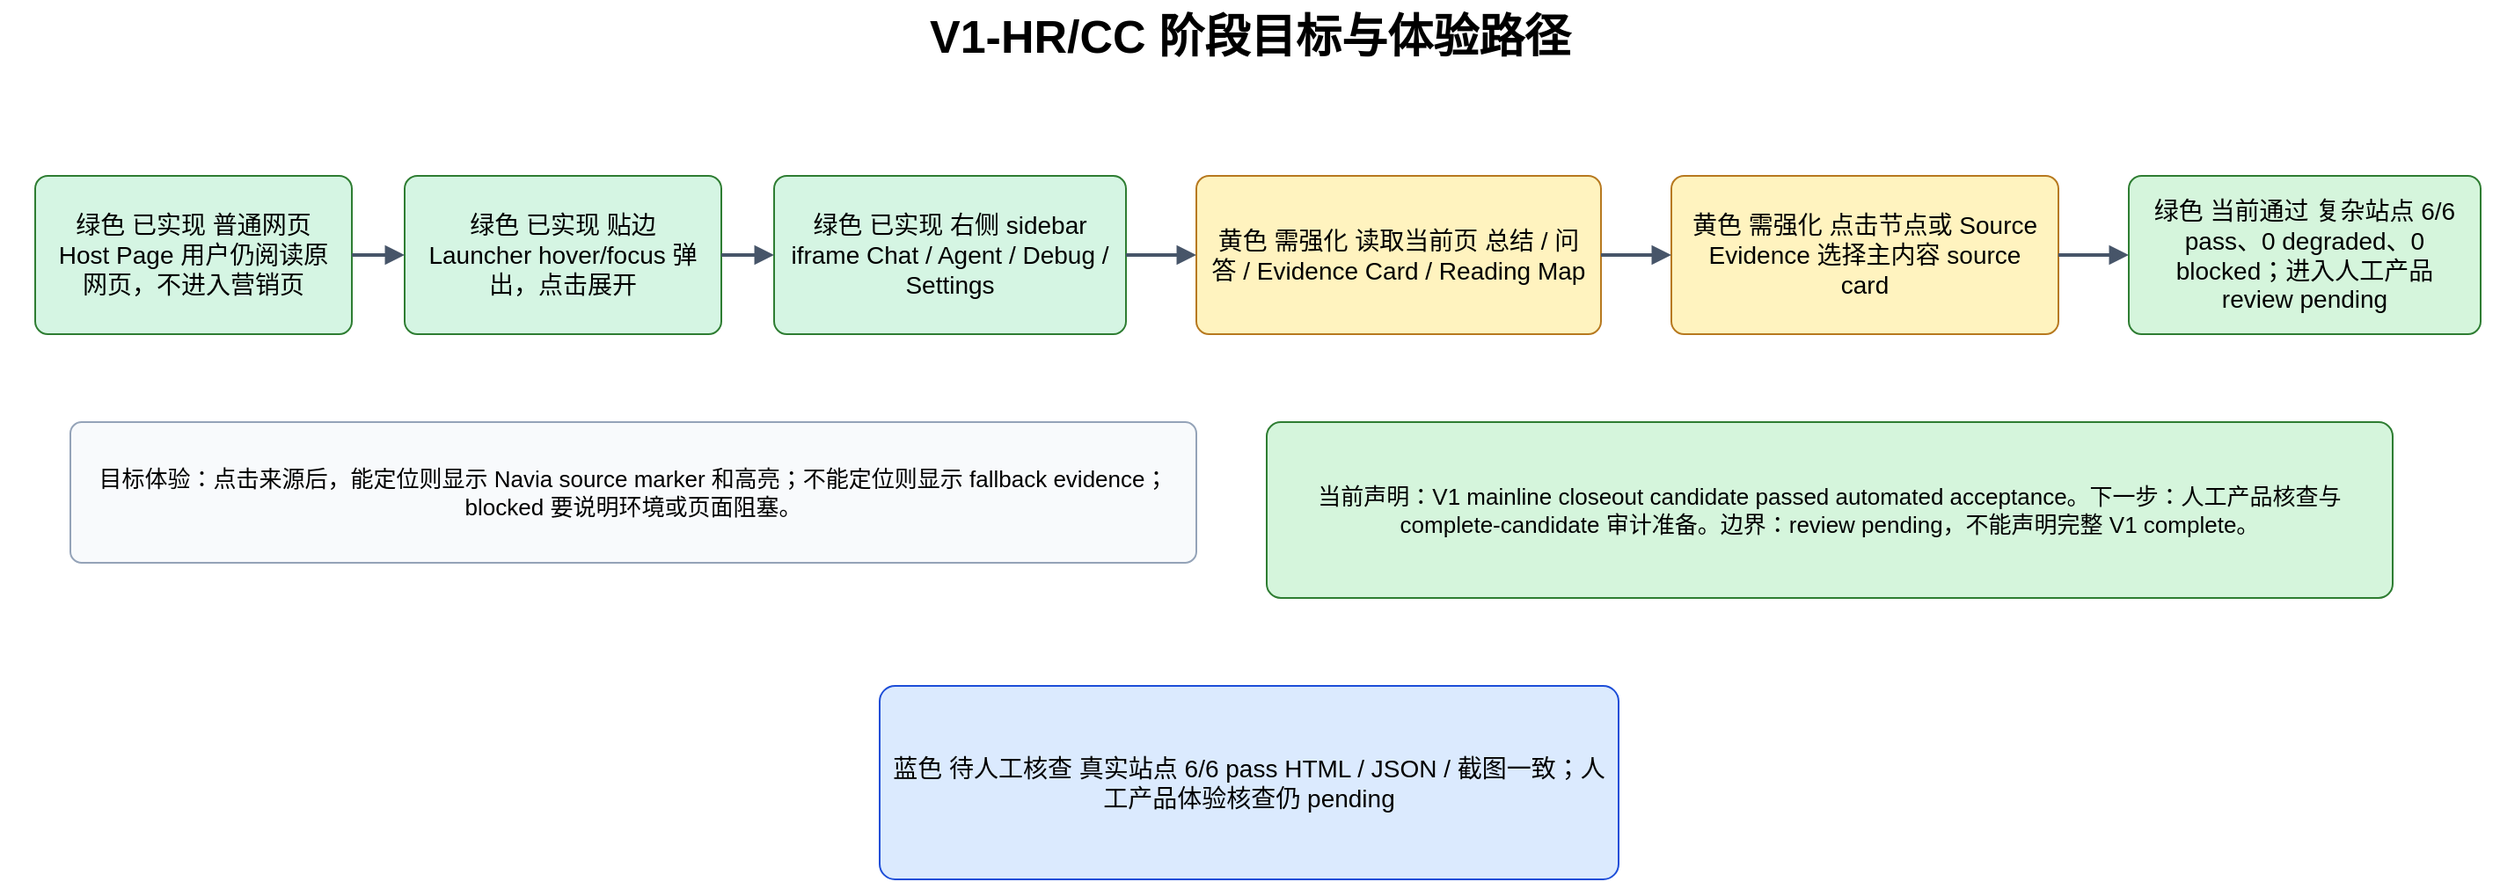
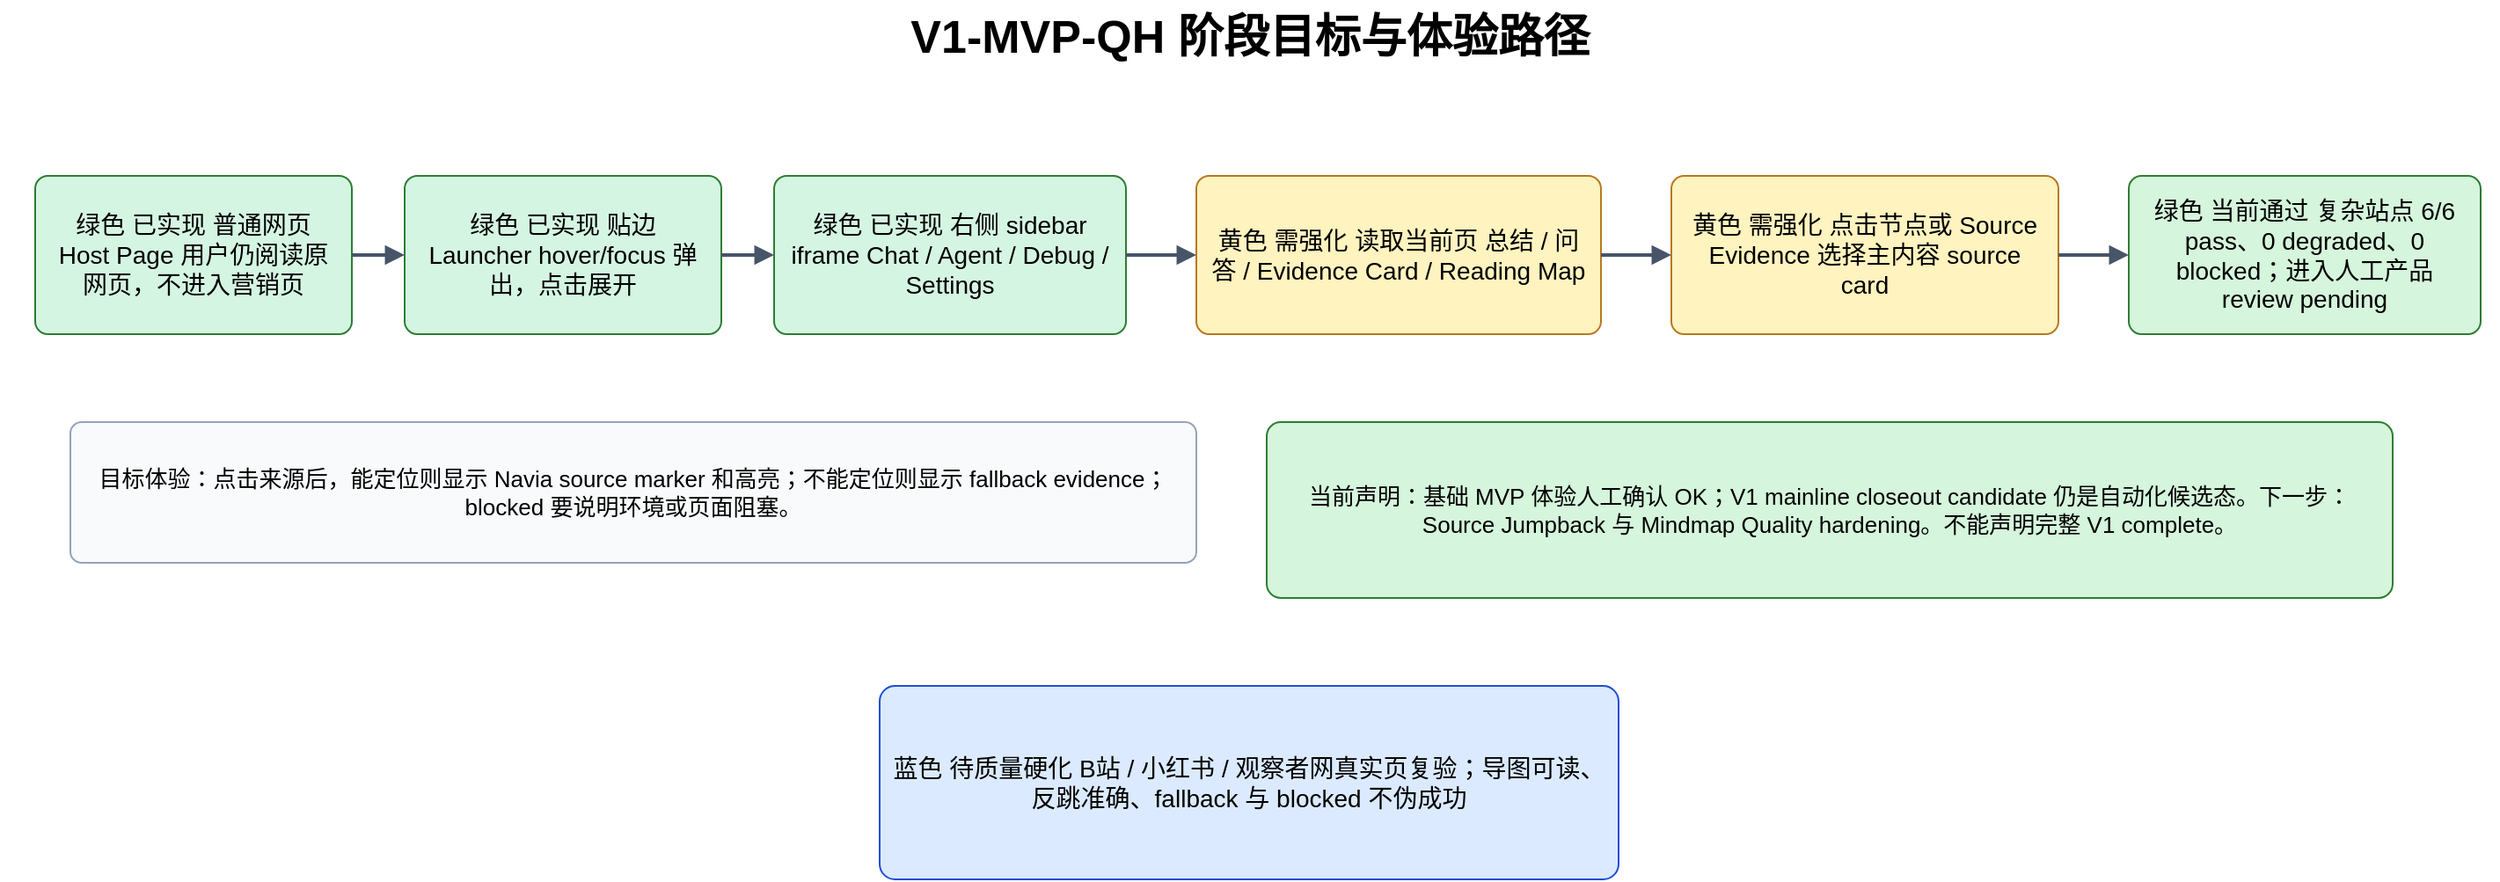
<mxfile host="Electron" agent="Codex" pages="8">
  <diagram id="v1mc-01" name="01 阶段目标与体验路径">
    <mxGraphModel dx="1500" dy="900" grid="1" gridSize="10" guides="1" tooltips="1" connect="1" arrows="1" fold="1" page="1" pageScale="1" pageWidth="1500" pageHeight="900" math="0" shadow="0">
      <root>
        <mxCell id="0" />
        <mxCell id="1" parent="0" />
-         <mxCell id="v1mc-01-title" parent="1" style="text;html=1;fontSize=26;fontStyle=1;align=center;verticalAlign=middle;strokeColor=none;fillColor=none;" value="V1-HR/CC 阶段目标与体验路径" vertex="1">
+         <mxCell id="v1mc-01-title" parent="1" style="text;html=1;fontSize=26;fontStyle=1;align=center;verticalAlign=middle;strokeColor=none;fillColor=none;" value="V1-MVP-QH 阶段目标与体验路径" vertex="1">
          <mxGeometry x="40" y="20" width="1420" height="42" as="geometry" />
        </mxCell>
        <mxCell id="c1" parent="1" style="rounded=1;whiteSpace=wrap;html=1;fontSize=14;spacing=8;arcSize=8;fillColor=#d5f5e3;strokeColor=#2e7d32;" value="绿色 已实现 普通网页 Host Page 用户仍阅读原网页，不进入营销页" vertex="1">
          <mxGeometry x="60" y="120" width="180" height="90" as="geometry" />
        </mxCell>
        <mxCell id="c2" parent="1" style="rounded=1;whiteSpace=wrap;html=1;fontSize=14;spacing=8;arcSize=8;fillColor=#d5f5e3;strokeColor=#2e7d32;" value="绿色 已实现 贴边 Launcher hover/focus 弹出，点击展开" vertex="1">
          <mxGeometry x="270" y="120" width="180" height="90" as="geometry" />
        </mxCell>
        <mxCell id="c3" parent="1" style="rounded=1;whiteSpace=wrap;html=1;fontSize=14;spacing=8;arcSize=8;fillColor=#d5f5e3;strokeColor=#2e7d32;" value="绿色 已实现 右侧 sidebar iframe Chat / Agent / Debug / Settings" vertex="1">
          <mxGeometry x="480" y="120" width="200" height="90" as="geometry" />
        </mxCell>
        <mxCell id="c4" parent="1" style="rounded=1;whiteSpace=wrap;html=1;fontSize=14;spacing=8;arcSize=8;fillColor=#fff3bf;strokeColor=#b7791f;" value="黄色 需强化 读取当前页 总结 / 问答 / Evidence Card / Reading Map" vertex="1">
          <mxGeometry x="720" y="120" width="230" height="90" as="geometry" />
        </mxCell>
        <mxCell id="c5" parent="1" style="rounded=1;whiteSpace=wrap;html=1;fontSize=14;spacing=8;arcSize=8;fillColor=#fff3bf;strokeColor=#b7791f;" value="黄色 需强化 点击节点或 Source Evidence 选择主内容 source card" vertex="1">
          <mxGeometry x="990" y="120" width="220" height="90" as="geometry" />
        </mxCell>
        <mxCell id="c6" parent="1" style="rounded=1;whiteSpace=wrap;html=1;fontSize=14;spacing=8;arcSize=8;fillColor=#d5f5dc;strokeColor=#2e7d32;" value="绿色 当前通过 复杂站点 6/6 pass、0 degraded、0 blocked；进入人工产品 review pending" vertex="1">
          <mxGeometry x="1250" y="120" width="200" height="90" as="geometry" />
        </mxCell>
        <mxCell id="c7" parent="1" style="rounded=1;whiteSpace=wrap;html=1;fontSize=13;spacing=8;arcSize=8;fillColor=#f8fafc;strokeColor=#94a3b8;" value="目标体验：点击来源后，能定位则显示 Navia source marker 和高亮；不能定位则显示 fallback evidence；blocked 要说明环境或页面阻塞。" vertex="1">
          <mxGeometry x="80" y="260" width="640" height="80" as="geometry" />
        </mxCell>
-         <mxCell id="c8" parent="1" style="rounded=1;whiteSpace=wrap;html=1;fontSize=13;spacing=8;arcSize=8;fillColor=#d5f5dc;strokeColor=#2e7d32;" value="当前声明：V1 mainline closeout candidate passed automated acceptance。下一步：人工产品核查与 complete-candidate 审计准备。边界：review pending，不能声明完整 V1 complete。" vertex="1">
+         <mxCell id="c8" parent="1" style="rounded=1;whiteSpace=wrap;html=1;fontSize=13;spacing=8;arcSize=8;fillColor=#d5f5dc;strokeColor=#2e7d32;" value="当前声明：基础 MVP 体验人工确认 OK；V1 mainline closeout candidate 仍是自动化候选态。下一步：Source Jumpback 与 Mindmap Quality hardening。不能声明完整 V1 complete。" vertex="1">
          <mxGeometry x="760" y="260" width="640" height="100" as="geometry" />
        </mxCell>
-         <mxCell id="c9" parent="1" style="rounded=1;whiteSpace=wrap;html=1;fontSize=14;spacing=8;arcSize=8;fillColor=#dbeafe;strokeColor=#1d4ed8;" value="蓝色 待人工核查 真实站点 6/6 pass HTML / JSON / 截图一致；人工产品体验核查仍 pending" vertex="1">
+         <mxCell id="c9" parent="1" style="rounded=1;whiteSpace=wrap;html=1;fontSize=14;spacing=8;arcSize=8;fillColor=#dbeafe;strokeColor=#1d4ed8;" value="蓝色 待质量硬化 B站 / 小红书 / 观察者网真实页复验；导图可读、反跳准确、fallback 与 blocked 不伪成功" vertex="1">
          <mxGeometry x="540" y="410" width="420" height="110" as="geometry" />
        </mxCell>
        <mxCell id="e10" parent="1" style="edgeStyle=orthogonalEdgeStyle;rounded=0;orthogonalLoop=1;jettySize=auto;html=1;endArrow=block;strokeWidth=2;strokeColor=#475569;" value="" edge="1" source="c1" target="c2">
          <mxGeometry relative="1" as="geometry" />
        </mxCell>
        <mxCell id="e11" parent="1" style="edgeStyle=orthogonalEdgeStyle;rounded=0;orthogonalLoop=1;jettySize=auto;html=1;endArrow=block;strokeWidth=2;strokeColor=#475569;" value="" edge="1" source="c2" target="c3">
          <mxGeometry relative="1" as="geometry" />
        </mxCell>
        <mxCell id="e12" parent="1" style="edgeStyle=orthogonalEdgeStyle;rounded=0;orthogonalLoop=1;jettySize=auto;html=1;endArrow=block;strokeWidth=2;strokeColor=#475569;" value="" edge="1" source="c3" target="c4">
          <mxGeometry relative="1" as="geometry" />
        </mxCell>
        <mxCell id="e13" parent="1" style="edgeStyle=orthogonalEdgeStyle;rounded=0;orthogonalLoop=1;jettySize=auto;html=1;endArrow=block;strokeWidth=2;strokeColor=#475569;" value="" edge="1" source="c4" target="c5">
          <mxGeometry relative="1" as="geometry" />
        </mxCell>
        <mxCell id="e14" parent="1" style="edgeStyle=orthogonalEdgeStyle;rounded=0;orthogonalLoop=1;jettySize=auto;html=1;endArrow=block;strokeWidth=2;strokeColor=#475569;" value="" edge="1" source="c5" target="c6">
          <mxGeometry relative="1" as="geometry" />
        </mxCell>
      </root>
    </mxGraphModel>
  </diagram>
  <diagram id="v1mc-02" name="02 当前架构与目标架构差异">
    <mxGraphModel dx="1500" dy="900" grid="1" gridSize="10" guides="1" tooltips="1" connect="1" arrows="1" fold="1" page="1" pageScale="1" pageWidth="1500" pageHeight="900" math="0" shadow="0">
      <root>
        <mxCell id="0" />
        <mxCell id="1" parent="0" />
        <mxCell id="v1mc-02-title" parent="1" style="text;html=1;fontSize=26;fontStyle=1;align=center;verticalAlign=middle;strokeColor=none;fillColor=none;" value="当前架构与目标架构差异：具体实现实体" vertex="1">
          <mxGeometry x="40" y="20" width="1420" height="42" as="geometry" />
        </mxCell>
        <mxCell id="c15" parent="1" style="rounded=1;whiteSpace=wrap;html=1;fontSize=14;spacing=8;arcSize=8;fillColor=#d5f5e3;strokeColor=#2e7d32;" value="绿色 已实现 Host Page DOM 真实网页正文 / feed / 评论 / 推荐 / 登录态差异" vertex="1">
          <mxGeometry x="70" y="95" width="390" height="82" as="geometry" />
        </mxCell>
        <mxCell id="c16" parent="1" style="rounded=1;whiteSpace=wrap;html=1;fontSize=14;spacing=8;arcSize=8;fillColor=#ffffff;strokeColor=#607d8b;" value="目标差异 不让评论/推荐/站点壳主导主内容；public no-login 与 logged-in 分流" vertex="1">
          <mxGeometry x="520" y="95" width="420" height="82" as="geometry" />
        </mxCell>
        <mxCell id="c17" parent="1" style="rounded=1;whiteSpace=wrap;html=1;fontSize=14;spacing=8;arcSize=8;fillColor=#fff3bf;strokeColor=#b7791f;" value="黄色 需修改 pageContext.ts + contentBridge.ts 抽取 DOM signals；执行 source jumpback；注入 launcher/sidebar" vertex="1">
          <mxGeometry x="70" y="210" width="390" height="82" as="geometry" />
        </mxCell>
        <mxCell id="c18" parent="1" style="rounded=1;whiteSpace=wrap;html=1;fontSize=14;spacing=8;arcSize=8;fillColor=#ffffff;strokeColor=#607d8b;" value="目标差异 多 sourceRef / selector / domPath / textQuote / href-card 定位；失败保留 fallback" vertex="1">
          <mxGeometry x="520" y="210" width="420" height="82" as="geometry" />
        </mxCell>
        <mxCell id="c19" parent="1" style="rounded=1;whiteSpace=wrap;html=1;fontSize=14;spacing=8;arcSize=8;fillColor=#fff3bf;strokeColor=#b7791f;" value="黄色 需修改 sidepanel/main.tsx + B Renderer ArtifactInlineCard / mindmapPresentation / Reading Map / source card 排序" vertex="1">
          <mxGeometry x="70" y="325" width="390" height="82" as="geometry" />
        </mxCell>
        <mxCell id="c20" parent="1" style="rounded=1;whiteSpace=wrap;html=1;fontSize=14;spacing=8;arcSize=8;fillColor=#ffffff;strokeColor=#607d8b;" value="目标差异 source card 主内容优先；E2E 记录 selectedSourceCardIndex 和 reason" vertex="1">
          <mxGeometry x="520" y="325" width="420" height="82" as="geometry" />
        </mxCell>
        <mxCell id="c21" parent="1" style="rounded=1;whiteSpace=wrap;html=1;fontSize=14;spacing=8;arcSize=8;fillColor=#d5f5e3;strokeColor=#2e7d32;" value="绿色 已实现 runtimeClient.ts + background proxy /v1/health、session、chat stream、runtimeFetch/runtimeStream" vertex="1">
          <mxGeometry x="70" y="440" width="390" height="82" as="geometry" />
        </mxCell>
        <mxCell id="c22" parent="1" style="rounded=1;whiteSpace=wrap;html=1;fontSize=14;spacing=8;arcSize=8;fillColor=#ffffff;strokeColor=#607d8b;" value="目标差异 不新增 Runtime public API；错误保持可审计" vertex="1">
          <mxGeometry x="520" y="440" width="420" height="82" as="geometry" />
        </mxCell>
        <mxCell id="c23" parent="1" style="rounded=1;whiteSpace=wrap;html=1;fontSize=14;spacing=8;arcSize=8;fillColor=#fff3bf;strokeColor=#b7791f;" value="黄色 需修改 Local Runtime A/D/C A Page Reading SourceRef；D Artifact/Event/Trace；C Mindmap nodeSourceMap" vertex="1">
          <mxGeometry x="70" y="555" width="390" height="82" as="geometry" />
        </mxCell>
        <mxCell id="c24" parent="1" style="rounded=1;whiteSpace=wrap;html=1;fontSize=14;spacing=8;arcSize=8;fillColor=#ffffff;strokeColor=#607d8b;" value="目标差异 A/C/D 不被 UI 反向污染；只改善 SourceRef 和 nodeSourceMap 质量" vertex="1">
          <mxGeometry x="520" y="555" width="420" height="82" as="geometry" />
        </mxCell>
        <mxCell id="c25" parent="1" style="rounded=1;whiteSpace=wrap;html=1;fontSize=14;spacing=8;arcSize=8;fillColor=#dbeafe;strokeColor=#1d4ed8;" value="蓝色 待验收 E2E + evidence reports v1_real_site_complex_pages / external_visual / mainline_closeout" vertex="1">
          <mxGeometry x="70" y="670" width="390" height="82" as="geometry" />
        </mxCell>
-         <mxCell id="c26" parent="1" style="rounded=1;whiteSpace=wrap;html=1;fontSize=14;spacing=8;arcSize=8;fillColor=#d5f5dc;strokeColor=#2e7d32;" value="目标差异 当前 real-site 6/6 pass，V1-MC 自动化候选通过；人工 review 前不得声明完整 V1 complete" vertex="1">
+         <mxCell id="c26" parent="1" style="rounded=1;whiteSpace=wrap;html=1;fontSize=14;spacing=8;arcSize=8;fillColor=#fff3bf;strokeColor=#b7791f;" value="目标差异 基础 MVP 已确认；反跳识别失败、Mindmap 不准确、复杂站点噪声仍需 V1-MVP-QH 硬化；不得声明完整 V1 complete" vertex="1">
          <mxGeometry x="520" y="670" width="420" height="82" as="geometry" />
        </mxCell>
        <mxCell id="c27" parent="1" style="rounded=1;whiteSpace=wrap;html=1;fontSize=14;spacing=8;arcSize=8;fillColor=#fff3cd;strokeColor=#b26a00;" value="黄色 回归风险 小红书首页 / 详情当前已恢复 highlighted；若未来 blocked 或 fallback 必须打回质量硬化并撤回候选通过" vertex="1">
          <mxGeometry x="1020" y="145" width="330" height="95" as="geometry" />
        </mxCell>
        <mxCell id="c28" parent="1" style="rounded=1;whiteSpace=wrap;html=1;fontSize=14;spacing=8;arcSize=8;fillColor=#fff3bf;strokeColor=#b7791f;" value="黄色 复验风险 guancha-detail source card 可能指向评论/推荐/最新视频" vertex="1">
          <mxGeometry x="1020" y="285" width="330" height="110" as="geometry" />
        </mxCell>
        <mxCell id="c29" parent="1" style="rounded=1;whiteSpace=wrap;html=1;fontSize=14;spacing=8;arcSize=8;fillColor=#eeeeee;strokeColor=#666666;" value="图例：绿色=已实现/已通过；黄色=需修改或复验风险；蓝色=待验收；红色=false-green 风险或禁止声明；灰色=历史或保留入口。" vertex="1">
          <mxGeometry x="970" y="500" width="420" height="105" as="geometry" />
        </mxCell>
        <mxCell id="e30" parent="1" style="edgeStyle=orthogonalEdgeStyle;rounded=0;orthogonalLoop=1;jettySize=auto;html=1;endArrow=block;strokeWidth=2;strokeColor=#475569;" value="DOM signals" edge="1" source="c15" target="c17">
          <mxGeometry relative="1" as="geometry" />
        </mxCell>
        <mxCell id="e31" parent="1" style="edgeStyle=orthogonalEdgeStyle;rounded=0;orthogonalLoop=1;jettySize=auto;html=1;endArrow=block;strokeWidth=2;strokeColor=#475569;" value="page context + jumpback result" edge="1" source="c17" target="c19">
          <mxGeometry relative="1" as="geometry" />
        </mxCell>
        <mxCell id="e32" parent="1" style="edgeStyle=orthogonalEdgeStyle;rounded=0;orthogonalLoop=1;jettySize=auto;html=1;endArrow=block;strokeWidth=2;strokeColor=#475569;" value="runtime requests" edge="1" source="c19" target="c21">
          <mxGeometry relative="1" as="geometry" />
        </mxCell>
        <mxCell id="e33" parent="1" style="edgeStyle=orthogonalEdgeStyle;rounded=0;orthogonalLoop=1;jettySize=auto;html=1;endArrow=block;strokeWidth=2;strokeColor=#475569;" value="HTTP/SSE" edge="1" source="c21" target="c23">
          <mxGeometry relative="1" as="geometry" />
        </mxCell>
        <mxCell id="e34" parent="1" style="edgeStyle=orthogonalEdgeStyle;rounded=0;orthogonalLoop=1;jettySize=auto;html=1;endArrow=block;strokeWidth=2;strokeColor=#475569;" value="artifacts + evidence" edge="1" source="c23" target="c25">
          <mxGeometry relative="1" as="geometry" />
        </mxCell>
      </root>
    </mxGraphModel>
  </diagram>
  <diagram id="v1mc-03" name="03 目标架构交互链路">
    <mxGraphModel dx="1653" dy="842" grid="1" gridSize="10" guides="1" tooltips="1" connect="1" arrows="1" fold="1" page="1" pageScale="1" pageWidth="1500" pageHeight="900" math="0" shadow="0">
      <root>
        <mxCell id="0" />
        <mxCell id="1" parent="0" />
        <mxCell id="v1mc-03-title" parent="1" style="text;html=1;fontSize=26;fontStyle=1;align=center;verticalAlign=middle;strokeColor=none;fillColor=none;" value="目标架构交互链路与责任边界" vertex="1">
          <mxGeometry height="42" width="1420" x="40" y="20" as="geometry" />
        </mxCell>
        <mxCell id="c35" parent="1" style="rounded=1;whiteSpace=wrap;html=1;fontSize=14;spacing=8;arcSize=8;fillColor=#fff3bf;strokeColor=#b7791f;" value="A Page Reading services/local-runtime/.../page_reading 输出 StructuredPageContext / SourceRef / quality" vertex="1">
          <mxGeometry height="95" width="300" x="80" y="120" as="geometry" />
        </mxCell>
        <mxCell id="c36" parent="1" style="rounded=1;whiteSpace=wrap;html=1;fontSize=14;spacing=8;arcSize=8;fillColor=#d5f5e3;strokeColor=#2e7d32;" value="D Adapter Boundary agent_loop / adapters 唯一 Artifact / Event / Trace 映射边界" vertex="1">
          <mxGeometry height="95" width="300" x="430" y="120" as="geometry" />
        </mxCell>
        <mxCell id="c37" parent="1" style="rounded=1;whiteSpace=wrap;html=1;fontSize=14;spacing=8;arcSize=8;fillColor=#fff3bf;strokeColor=#b7791f;" value="C Mindmap modules/mindmap digest-first nodes + nodeSourceMap" vertex="1">
          <mxGeometry height="95" width="300" x="780" y="120" as="geometry" />
        </mxCell>
        <mxCell id="c38" parent="1" style="rounded=1;whiteSpace=wrap;html=1;fontSize=14;spacing=8;arcSize=8;fillColor=#fff3bf;strokeColor=#b7791f;" value="B Renderer chat_renderer / mindmap_renderer Evidence Card / Reading Map / source card 排序" vertex="1">
          <mxGeometry height="95" width="300" x="1130" y="120" as="geometry" />
        </mxCell>
        <mxCell id="c39" parent="1" style="rounded=1;whiteSpace=wrap;html=1;fontSize=14;spacing=8;arcSize=8;fillColor=#dbeafe;strokeColor=#1d4ed8;" value="用户动作 点击 Mindmap 节点或 Source Evidence 必须由用户触发" vertex="1">
          <mxGeometry height="90" width="300" x="190" y="320" as="geometry" />
        </mxCell>
        <mxCell id="c40" parent="1" style="rounded=1;whiteSpace=wrap;html=1;fontSize=14;spacing=8;arcSize=8;fillColor=#fff3bf;strokeColor=#b7791f;" value="sidepanel/main.tsx jumpback_source_card 记录 selectedSourceCardIndex / reason" vertex="1">
          <mxGeometry height="90" width="340" x="580" y="320" as="geometry" />
        </mxCell>
        <mxCell id="c41" parent="1" style="rounded=1;whiteSpace=wrap;html=1;fontSize=14;spacing=8;arcSize=8;fillColor=#fff3bf;strokeColor=#b7791f;" value="contentBridge.ts navia.jumpToSource selector / domPath / textQuote / href-card matching" vertex="1">
          <mxGeometry height="90" width="350" x="1010" y="320" as="geometry" />
        </mxCell>
        <mxCell id="c42" parent="1" style="rounded=1;whiteSpace=wrap;html=1;fontSize=14;spacing=8;arcSize=8;fillColor=#dbeafe;strokeColor=#1d4ed8;" value="结果三态 highlighted + marker fallback_shown + evidence blocked + reason" vertex="1">
          <mxGeometry height="110" width="340" x="1015" y="530" as="geometry" />
        </mxCell>
        <mxCell id="c43" parent="1" style="rounded=1;whiteSpace=wrap;html=1;fontSize=13;spacing=8;arcSize=8;fillColor=#f8fafc;strokeColor=#94a3b8;" value="越界禁止：B 不生成事实内容；A/C 不调用 content script；content script 不自动浏览器任务；本阶段不新增 Runtime public API。" vertex="1">
          <mxGeometry height="85" width="1180" x="160" y="705" as="geometry" />
        </mxCell>
        <mxCell id="e44" edge="1" parent="1" source="c35" style="edgeStyle=orthogonalEdgeStyle;rounded=0;orthogonalLoop=1;jettySize=auto;html=1;endArrow=block;strokeWidth=2;strokeColor=#475569;" target="c36" value="ToolResult">
          <mxGeometry relative="1" as="geometry" />
        </mxCell>
        <mxCell id="e45" edge="1" parent="1" source="c36" style="edgeStyle=orthogonalEdgeStyle;rounded=0;orthogonalLoop=1;jettySize=auto;html=1;endArrow=block;strokeWidth=2;strokeColor=#475569;" target="c37" value="Artifact input">
          <mxGeometry relative="1" as="geometry" />
        </mxCell>
        <mxCell id="e46" edge="1" parent="1" source="c37" style="edgeStyle=orthogonalEdgeStyle;rounded=0;orthogonalLoop=1;jettySize=auto;html=1;endArrow=block;strokeWidth=2;strokeColor=#475569;" target="c38" value="mindmap artifact">
          <mxGeometry relative="1" as="geometry" />
        </mxCell>
        <mxCell id="e47" edge="1" parent="1" source="c39" style="edgeStyle=orthogonalEdgeStyle;rounded=0;orthogonalLoop=1;jettySize=auto;html=1;endArrow=block;strokeWidth=2;strokeColor=#475569;" target="c40" value="click">
          <mxGeometry relative="1" as="geometry" />
        </mxCell>
        <mxCell id="e48" edge="1" parent="1" source="c40" style="edgeStyle=orthogonalEdgeStyle;rounded=0;orthogonalLoop=1;jettySize=auto;html=1;endArrow=block;strokeWidth=2;strokeColor=#475569;" target="c41" value="jumpback request">
          <mxGeometry relative="1" as="geometry" />
        </mxCell>
        <mxCell id="e49" edge="1" parent="1" source="c41" style="edgeStyle=orthogonalEdgeStyle;rounded=0;orthogonalLoop=1;jettySize=auto;html=1;endArrow=block;strokeWidth=2;strokeColor=#475569;" target="c42" value="status">
          <mxGeometry relative="1" as="geometry" />
        </mxCell>
      </root>
    </mxGraphModel>
  </diagram>
  <diagram id="v1mc-04" name="04 复杂站点质量链路">
    <mxGraphModel dx="1500" dy="900" grid="1" gridSize="10" guides="1" tooltips="1" connect="1" arrows="1" fold="1" page="1" pageScale="1" pageWidth="1500" pageHeight="900" math="0" shadow="0">
      <root>
        <mxCell id="0" />
        <mxCell id="1" parent="0" />
        <mxCell id="v1mc-04-title" parent="1" style="text;html=1;fontSize=26;fontStyle=1;align=center;verticalAlign=middle;strokeColor=none;fillColor=none;" value="复杂站点质量链路：复验风险与硬化目标" vertex="1">
          <mxGeometry x="40" y="20" width="1420" height="42" as="geometry" />
        </mxCell>
        <mxCell id="c50" parent="1" style="rounded=1;whiteSpace=wrap;html=1;fontSize=14;spacing=8;arcSize=8;fillColor=#d5f5e3;strokeColor=#2e7d32;" value="B站详情页 绿色 当前通过但需保留 fresh validation 标题 / 简介 / UP主 / 发布时间 / 播放弹幕进入主节点" vertex="1">
          <mxGeometry x="70" y="110" width="390" height="115" as="geometry" />
        </mxCell>
        <mxCell id="c51" parent="1" style="rounded=1;whiteSpace=wrap;html=1;fontSize=14;spacing=8;arcSize=8;fillColor=#d5f5dc;strokeColor=#2e7d32;" value="小红书首页/详情 当前通过 目标已闭环：feed card / detail body 级 sourceRef + card/href/text 多线索匹配" vertex="1">
          <mxGeometry x="550" y="110" width="390" height="130" as="geometry" />
        </mxCell>
        <mxCell id="c52" parent="1" style="rounded=1;whiteSpace=wrap;html=1;fontSize=14;spacing=8;arcSize=8;fillColor=#fff3bf;strokeColor=#b7791f;" value="观察者详情页 黄色 复验风险 评论 / 推荐 / 最新视频可能排在正文前 目标：article 正文、标题、作者、时间优先" vertex="1">
          <mxGeometry x="1030" y="110" width="390" height="130" as="geometry" />
        </mxCell>
        <mxCell id="c53" parent="1" style="rounded=1;whiteSpace=wrap;html=1;fontSize=14;spacing=8;arcSize=8;fillColor=#fff3bf;strokeColor=#b7791f;" value="A Page Reading 黄色 需修改 主内容提权、噪声降权、SourceRef selector/textQuote/fallbackText 质量" vertex="1">
          <mxGeometry x="95" y="315" width="350" height="110" as="geometry" />
        </mxCell>
        <mxCell id="c54" parent="1" style="rounded=1;whiteSpace=wrap;html=1;fontSize=14;spacing=8;arcSize=8;fillColor=#fff3bf;strokeColor=#b7791f;" value="C/B 排序 黄色 需修改 root / 高层节点 / source card 不默认指向评论、推荐、侧栏" vertex="1">
          <mxGeometry x="575" y="315" width="350" height="110" as="geometry" />
        </mxCell>
        <mxCell id="c55" parent="1" style="rounded=1;whiteSpace=wrap;html=1;fontSize=14;spacing=8;arcSize=8;fillColor=#fff3bf;strokeColor=#b7791f;" value="Content Script Jumpback 黄色 需修改 多个 sourceRef + 多线索定位；成功 marker；失败 fallback" vertex="1">
          <mxGeometry x="1055" y="315" width="350" height="110" as="geometry" />
        </mxCell>
        <mxCell id="c56" parent="1" style="rounded=1;whiteSpace=wrap;html=1;fontSize=14;spacing=8;arcSize=8;fillColor=#dbeafe;strokeColor=#1d4ed8;" value="验收报告 蓝色 待验收 每样本记录 public no-login / cookie-injected / logged-in、selected card、reason、status" vertex="1">
          <mxGeometry x="330" y="540" width="830" height="110" as="geometry" />
        </mxCell>
        <mxCell id="c57" parent="1" style="rounded=1;whiteSpace=wrap;html=1;fontSize=13;spacing=8;arcSize=8;fillColor=#f8fafc;strokeColor=#94a3b8;" value="No-Go：fallback 不能冒充 highlighted；public no-login 不能冒充 logged-in；fresh validation 出现 fallback-only 时不能声明复杂站点矩阵通过。" vertex="1">
          <mxGeometry x="190" y="710" width="1120" height="80" as="geometry" />
        </mxCell>
      </root>
    </mxGraphModel>
  </diagram>
  <diagram id="v1mc-05" name="05 开发及验收计划">
    <mxGraphModel dx="1500" dy="900" grid="1" gridSize="10" guides="1" tooltips="1" connect="1" arrows="1" fold="1" page="1" pageScale="1" pageWidth="1500" pageHeight="900" math="0" shadow="0">
      <root>
        <mxCell id="0" />
        <mxCell id="1" parent="0" />
-         <mxCell id="v1mc-05-title" parent="1" style="text;html=1;fontSize=26;fontStyle=1;align=center;verticalAlign=middle;strokeColor=none;fillColor=none;" value="开发及验收计划：V1-HR/CC 人工核查准备闭环" vertex="1">
-           <mxGeometry x="40" y="20" width="1420" height="42" as="geometry" />
-         </mxCell>
-         <mxCell id="c58" parent="1" style="rounded=1;whiteSpace=wrap;html=1;fontSize=14;spacing=8;arcSize=8;fillColor=#dbeafe;strokeColor=#1d4ed8;" value="V1-HR-0 文档基线同步 PRD/架构/计划/验收/stage gate/drawio 同步" vertex="1">
+         <mxCell id="v1mc-05-title" parent="1" style="text;html=1;fontSize=26;fontStyle=1;align=center;verticalAlign=middle;strokeColor=none;fillColor=none;" value="开发及验收计划：V1-MVP-QH 质量硬化闭环" vertex="1">
+           <mxGeometry x="40" y="20" width="1420" height="42" as="geometry" />
+         </mxCell>
+         <mxCell id="c58" parent="1" style="rounded=1;whiteSpace=wrap;html=1;fontSize=14;spacing=8;arcSize=8;fillColor=#dbeafe;strokeColor=#1d4ed8;" value="V1-MVP-QH-0 文档与审计冻结 PRD/架构/计划/验收/stage gate/drawio 同步" vertex="1">
          <mxGeometry x="70" y="130" width="200" height="125" as="geometry" />
        </mxCell>
-         <mxCell id="c59" parent="1" style="rounded=1;whiteSpace=wrap;html=1;fontSize=14;spacing=8;arcSize=8;fillColor=#fff3bf;strokeColor=#b7791f;" value="V1-HR-1 人工核查材料 总报告 / 截图 / JSON / 审计入口" vertex="1">
+         <mxCell id="c59" parent="1" style="rounded=1;whiteSpace=wrap;html=1;fontSize=14;spacing=8;arcSize=8;fillColor=#fff3bf;strokeColor=#b7791f;" value="V1-MVP-QH-1 A Page Reading 主内容抽取、噪声过滤、SourceRef 质量" vertex="1">
          <mxGeometry x="305" y="130" width="200" height="125" as="geometry" />
        </mxCell>
-         <mxCell id="c60" parent="1" style="rounded=1;whiteSpace=wrap;html=1;fontSize=14;spacing=8;arcSize=8;fillColor=#fff3bf;strokeColor=#b7791f;" value="V1-HR-2 体验场景清单 launcher / sidebar / Chat / 导图 / source" vertex="1">
+         <mxCell id="c60" parent="1" style="rounded=1;whiteSpace=wrap;html=1;fontSize=14;spacing=8;arcSize=8;fillColor=#fff3bf;strokeColor=#b7791f;" value="V1-MVP-QH-2 C Mindmap 主题归并、节点压缩、nodeSourceMap 绑定" vertex="1">
          <mxGeometry x="540" y="130" width="200" height="125" as="geometry" />
        </mxCell>
-         <mxCell id="c61" parent="1" style="rounded=1;whiteSpace=wrap;html=1;fontSize=14;spacing=8;arcSize=8;fillColor=#fff3bf;strokeColor=#b7791f;" value="V1-HR-3 证据一致性 Cookie / public / logged-in / fallback 边界" vertex="1">
+         <mxCell id="c61" parent="1" style="rounded=1;whiteSpace=wrap;html=1;fontSize=14;spacing=8;arcSize=8;fillColor=#fff3bf;strokeColor=#b7791f;" value="V1-MVP-QH-3 B Renderer 导图可读性、source card 排序、三态 evidence" vertex="1">
          <mxGeometry x="775" y="130" width="200" height="125" as="geometry" />
        </mxCell>
-         <mxCell id="c62" parent="1" style="rounded=1;whiteSpace=wrap;html=1;fontSize=14;spacing=8;arcSize=8;fillColor=#fff3bf;strokeColor=#b7791f;" value="V1-HR-4 候选审计准备 人工 passed 后复跑验证" vertex="1">
+         <mxCell id="c62" parent="1" style="rounded=1;whiteSpace=wrap;html=1;fontSize=14;spacing=8;arcSize=8;fillColor=#fff3bf;strokeColor=#b7791f;" value="V1-MVP-QH-4 Content Script 多线索 jumpback、fallback、blocked 语义" vertex="1">
          <mxGeometry x="1010" y="130" width="200" height="125" as="geometry" />
        </mxCell>
-         <mxCell id="c63" parent="1" style="rounded=1;whiteSpace=wrap;html=1;fontSize=14;spacing=8;arcSize=8;fillColor=#dbeafe;strokeColor=#1d4ed8;" value="V1-HR-5 人工结论落盘 reviewStatus 等字段完整" vertex="1">
+         <mxCell id="c63" parent="1" style="rounded=1;whiteSpace=wrap;html=1;fontSize=14;spacing=8;arcSize=8;fillColor=#dbeafe;strokeColor=#1d4ed8;" value="V1-MVP-QH-5 真实站点复验 PRD review / false-green audit / 可视化报告" vertex="1">
          <mxGeometry x="1245" y="130" width="200" height="125" as="geometry" />
        </mxCell>
-         <mxCell id="c64" parent="1" style="rounded=1;whiteSpace=wrap;html=1;fontSize=14;spacing=8;arcSize=8;fillColor=#ffd6d6;strokeColor=#c62828;" value="失败打回规则 candidate 写成完整 V1 -&gt; V1-HR-0；drawio 看不到实体 -&gt; 架构页；cookie/fallback 口径错误 -&gt; 证据一致性" vertex="1">
+         <mxCell id="c64" parent="1" style="rounded=1;whiteSpace=wrap;html=1;fontSize=14;spacing=8;arcSize=8;fillColor=#ffd6d6;strokeColor=#c62828;" value="失败打回规则 完整 V1 误声明 -&gt; QH-0；噪声主导摘要 -&gt; QH-1；导图虚影/截断 -&gt; QH-3；fallback/blocked 伪成功 -&gt; QH-4" vertex="1">
          <mxGeometry x="130" y="350" width="560" height="130" as="geometry" />
        </mxCell>
        <mxCell id="c65" parent="1" style="rounded=1;whiteSpace=wrap;html=1;fontSize=14;spacing=8;arcSize=8;fillColor=#dbeafe;strokeColor=#1d4ed8;" value="验收产物 active PRD/架构/计划/验收/stage gate/gap drawio/readiness audit/human-review-checklist pending" vertex="1">
          <mxGeometry x="810" y="350" width="560" height="130" as="geometry" />
        </mxCell>
        <mxCell id="c66" parent="1" style="rounded=1;whiteSpace=wrap;html=1;fontSize=14;spacing=8;arcSize=8;fillColor=#eeeeee;strokeColor=#666666;" value="文档验收 git diff --check；drawio XML 可解析；页数不超过 8；关键实体：contentBridge.ts、sidepanel.html、B Renderer、runtimeClient.ts、Local Runtime、source jumpback、human-review-checklist" vertex="1">
          <mxGeometry x="180" y="560" width="1140" height="145" as="geometry" />
        </mxCell>
        <mxCell id="e67" parent="1" style="edgeStyle=orthogonalEdgeStyle;rounded=0;orthogonalLoop=1;jettySize=auto;html=1;endArrow=block;strokeWidth=2;strokeColor=#475569;" value="" edge="1" source="c58" target="c59">
          <mxGeometry relative="1" as="geometry" />
        </mxCell>
        <mxCell id="e68" parent="1" style="edgeStyle=orthogonalEdgeStyle;rounded=0;orthogonalLoop=1;jettySize=auto;html=1;endArrow=block;strokeWidth=2;strokeColor=#475569;" value="" edge="1" source="c59" target="c60">
          <mxGeometry relative="1" as="geometry" />
        </mxCell>
        <mxCell id="e69" parent="1" style="edgeStyle=orthogonalEdgeStyle;rounded=0;orthogonalLoop=1;jettySize=auto;html=1;endArrow=block;strokeWidth=2;strokeColor=#475569;" value="" edge="1" source="c60" target="c61">
          <mxGeometry relative="1" as="geometry" />
        </mxCell>
        <mxCell id="e70" parent="1" style="edgeStyle=orthogonalEdgeStyle;rounded=0;orthogonalLoop=1;jettySize=auto;html=1;endArrow=block;strokeWidth=2;strokeColor=#475569;" value="" edge="1" source="c61" target="c62">
          <mxGeometry relative="1" as="geometry" />
        </mxCell>
        <mxCell id="e71" parent="1" style="edgeStyle=orthogonalEdgeStyle;rounded=0;orthogonalLoop=1;jettySize=auto;html=1;endArrow=block;strokeWidth=2;strokeColor=#475569;" value="" edge="1" source="c62" target="c63">
          <mxGeometry relative="1" as="geometry" />
        </mxCell>
      </root>
    </mxGraphModel>
  </diagram>
  <diagram id="v1mc-06" name="06 项目里程碑与证据矩阵">
    <mxGraphModel dx="1500" dy="900" grid="1" gridSize="10" guides="1" tooltips="1" connect="1" arrows="1" fold="1" page="1" pageScale="1" pageWidth="1500" pageHeight="900" math="0" shadow="0">
      <root>
        <mxCell id="0" />
        <mxCell id="1" parent="0" />
        <mxCell id="v1mc-06-title" parent="1" style="text;html=1;fontSize=26;fontStyle=1;align=center;verticalAlign=middle;strokeColor=none;fillColor=none;" value="项目里程碑与证据矩阵：当前状态不可误读" vertex="1">
          <mxGeometry x="40" y="20" width="1420" height="42" as="geometry" />
        </mxCell>
        <mxCell id="c72" parent="1" style="rounded=1;whiteSpace=wrap;html=1;fontSize=14;spacing=8;arcSize=8;fillColor=#d5f5e3;strokeColor=#2e7d32;" value="绿色 已通过 V1.3 Evidence Card Mindmap report passed；不能代表完整 V1" vertex="1">
          <mxGeometry x="80" y="110" width="300" height="95" as="geometry" />
        </mxCell>
        <mxCell id="c73" parent="1" style="rounded=1;whiteSpace=wrap;html=1;fontSize=14;spacing=8;arcSize=8;fillColor=#d5f5e3;strokeColor=#2e7d32;" value="绿色 已通过 V1.4 Reading Map report passed；作为 V1 artifact 输入" vertex="1">
          <mxGeometry x="430" y="110" width="300" height="95" as="geometry" />
        </mxCell>
        <mxCell id="c74" parent="1" style="rounded=1;whiteSpace=wrap;html=1;fontSize=14;spacing=8;arcSize=8;fillColor=#d5f5e3;strokeColor=#2e7d32;" value="绿色 已通过 Launcher / Collapse / Resize 6 张行为截图；仍非完整 V1" vertex="1">
          <mxGeometry x="780" y="110" width="300" height="95" as="geometry" />
        </mxCell>
        <mxCell id="c75" parent="1" style="rounded=1;whiteSpace=wrap;html=1;fontSize=14;spacing=8;arcSize=8;fillColor=#d5f5dc;strokeColor=#2e7d32;" value="绿色 当前通过 Real-site complex pages 6 样本 6 pass / 0 degraded / 0 blocked / 6 highlighted" vertex="1">
          <mxGeometry x="1130" y="110" width="300" height="95" as="geometry" />
        </mxCell>
        <mxCell id="c76" parent="1" style="rounded=1;whiteSpace=wrap;html=1;fontSize=14;spacing=8;arcSize=8;fillColor=#d5f5e3;strokeColor=#2e7d32;" value="绿色 自动化通过 External visual acceptance 5 commands pass / 6 visual samples pass" vertex="1">
          <mxGeometry x="250" y="290" width="330" height="95" as="geometry" />
        </mxCell>
        <mxCell id="c77" parent="1" style="rounded=1;whiteSpace=wrap;html=1;fontSize=14;spacing=8;arcSize=8;fillColor=#d5f5dc;strokeColor=#2e7d32;" value="绿色 当前候选通过 V1 mainline closeout upstream 5/5 passed" vertex="1">
          <mxGeometry x="610" y="290" width="330" height="95" as="geometry" />
        </mxCell>
-         <mxCell id="c78" parent="1" style="rounded=1;whiteSpace=wrap;html=1;fontSize=14;spacing=8;arcSize=8;fillColor=#dbeafe;strokeColor=#1d4ed8;" value="蓝色 待人工核查 V1-HR/CC 阶段只准备人工体验 review；不进入产品代码实现" vertex="1">
+         <mxCell id="c78" parent="1" style="rounded=1;whiteSpace=wrap;html=1;fontSize=14;spacing=8;arcSize=8;fillColor=#dbeafe;strokeColor=#1d4ed8;" value="蓝色 待质量硬化 V1-MVP-QH 处理反跳失败、Mindmap 不准确、复杂站点噪声和窄屏可读性" vertex="1">
          <mxGeometry x="970" y="290" width="330" height="95" as="geometry" />
        </mxCell>
        <mxCell id="c79" parent="1" style="rounded=1;whiteSpace=wrap;html=1;fontSize=14;spacing=8;arcSize=8;fillColor=#eeeeee;strokeColor=#666666;" value="灰色 待人工 human-review-checklist reviewStatus: pending 自动化不能替代人工体验核查" vertex="1">
          <mxGeometry x="420" y="480" width="660" height="110" as="geometry" />
        </mxCell>
-         <mxCell id="c80" parent="1" style="rounded=1;whiteSpace=wrap;html=1;fontSize=13;spacing=8;arcSize=8;fillColor=#f8fafc;strokeColor=#94a3b8;" value="出门顺序：V1.3/V1.4/launcher 作为上游输入 -&gt; real-site 6/6 pass -&gt; external visual pass -&gt; mainline report pass -&gt; V1-HR/CC 文档基线 -&gt; 人工产品体验核查 -&gt; 才能进入完整 V1 complete 候选审计。" vertex="1">
+         <mxCell id="c80" parent="1" style="rounded=1;whiteSpace=wrap;html=1;fontSize=13;spacing=8;arcSize=8;fillColor=#f8fafc;strokeColor=#94a3b8;" value="出门顺序：基础 MVP accepted -&gt; V1-MVP-QH 文档门禁 -&gt; A/C/B/Content Script 质量硬化 -&gt; 真实站点复验 -&gt; scoped quality hardening passed -&gt; 再进入后续完整 V1 候选审计。" vertex="1">
          <mxGeometry x="180" y="680" width="1140" height="80" as="geometry" />
        </mxCell>
      </root>
    </mxGraphModel>
  </diagram>
  <diagram id="v1mc-07" name="07 验收门槛与出门条件">
    <mxGraphModel dx="1500" dy="900" grid="1" gridSize="10" guides="1" tooltips="1" connect="1" arrows="1" fold="1" page="1" pageScale="1" pageWidth="1500" pageHeight="900" math="0" shadow="0">
      <root>
        <mxCell id="0" />
        <mxCell id="1" parent="0" />
        <mxCell id="v1mc-07-title" parent="1" style="text;html=1;fontSize=26;fontStyle=1;align=center;verticalAlign=middle;strokeColor=none;fillColor=none;" value="验收门槛与出门条件：防 false-green" vertex="1">
          <mxGeometry x="40" y="20" width="1420" height="42" as="geometry" />
        </mxCell>
        <mxCell id="c81" parent="1" style="rounded=1;whiteSpace=wrap;html=1;fontSize=14;spacing=8;arcSize=8;fillColor=#d5f5e3;strokeColor=#2e7d32;" value="用户体验门槛 贴边 launcher、展开/折叠/resize、Chat/Debug/Settings、读取、总结、问答、Mindmap、Reading Map 可用" vertex="1">
          <mxGeometry x="80" y="110" width="390" height="115" as="geometry" />
        </mxCell>
        <mxCell id="c82" parent="1" style="rounded=1;whiteSpace=wrap;html=1;fontSize=14;spacing=8;arcSize=8;fillColor=#fff3bf;strokeColor=#b7791f;" value="复杂站点门槛 B站 / 小红书 / 观察者网 首页+详情 6/6 pass；fresh validation 不得 fallback-only" vertex="1">
          <mxGeometry x="555" y="110" width="390" height="130" as="geometry" />
        </mxCell>
        <mxCell id="c83" parent="1" style="rounded=1;whiteSpace=wrap;html=1;fontSize=14;spacing=8;arcSize=8;fillColor=#fff3bf;strokeColor=#b7791f;" value="Source Evidence 门槛 highlighted / fallback_shown / blocked 三态 UI、JSON、HTML、截图一致 成功必须有 Navia marker" vertex="1">
          <mxGeometry x="1030" y="110" width="390" height="130" as="geometry" />
        </mxCell>
        <mxCell id="c84" parent="1" style="rounded=1;whiteSpace=wrap;html=1;fontSize=14;spacing=8;arcSize=8;fillColor=#dbeafe;strokeColor=#1d4ed8;" value="自动化门槛 headless-first；Chrome --mute-audio；可见截图需提前告知并结束后关闭；testCommands 记录真实 passed/failed" vertex="1">
          <mxGeometry x="80" y="315" width="390" height="130" as="geometry" />
        </mxCell>
        <mxCell id="c85" parent="1" style="rounded=1;whiteSpace=wrap;html=1;fontSize=14;spacing=8;arcSize=8;fillColor=#dbeafe;strokeColor=#1d4ed8;" value="报告门槛 上游 evidence 路径存在；fatal/major 为空；claim 在允许范围内；旧 failed evidence 已解释" vertex="1">
          <mxGeometry x="555" y="315" width="390" height="130" as="geometry" />
        </mxCell>
        <mxCell id="c86" parent="1" style="rounded=1;whiteSpace=wrap;html=1;fontSize=14;spacing=8;arcSize=8;fillColor=#ffd6d6;strokeColor=#c62828;" value="No-Go 不能声明完整 V1 complete 不能把 public no-login 写成 logged-in 不能把 fallback 写成 highlighted 不能引入禁用 V2+ 能力" vertex="1">
          <mxGeometry x="1030" y="315" width="390" height="150" as="geometry" />
        </mxCell>
-         <mxCell id="c87" parent="1" style="rounded=1;whiteSpace=wrap;html=1;fontSize=14;spacing=8;arcSize=8;fillColor=#dbeafe;strokeColor=#1d4ed8;" value="本阶段允许声明 Ready for V1 human product review and complete-candidate audit preparation；仍不得声明完整 V1 complete" vertex="1">
+         <mxCell id="c87" parent="1" style="rounded=1;whiteSpace=wrap;html=1;fontSize=14;spacing=8;arcSize=8;fillColor=#dbeafe;strokeColor=#1d4ed8;" value="本阶段允许声明 V1 MVP baseline accepted；质量硬化完成后最多声明 scoped real-site acceptance passed；仍不得声明完整 V1 complete" vertex="1">
          <mxGeometry x="230" y="560" width="1040" height="120" as="geometry" />
        </mxCell>
-         <mxCell id="c88" parent="1" style="rounded=1;whiteSpace=wrap;html=1;fontSize=14;spacing=8;arcSize=8;fillColor=#d5f5dc;strokeColor=#2e7d32;" value="当前状态 V1-MC automated candidate passed；V1-HR/CC 文档基线可支撑人工核查准备。人工 review 仍 pending，完整 V1 complete 仍 No-Go。" vertex="1">
+         <mxCell id="c88" parent="1" style="rounded=1;whiteSpace=wrap;html=1;fontSize=14;spacing=8;arcSize=8;fillColor=#d5f5dc;strokeColor=#2e7d32;" value="当前状态 基础 MVP 人工确认 OK；仍存在反跳识别失败和 Mindmap 不准确。V1-MVP-QH 文档基线支撑下一阶段自动化开发。" vertex="1">
          <mxGeometry x="410" y="735" width="680" height="75" as="geometry" />
        </mxCell>
      </root>
    </mxGraphModel>
  </diagram>
  <diagram id="v1mc-08" name="08 风险路线与备选技术">
    <mxGraphModel dx="1500" dy="900" grid="1" gridSize="10" guides="1" tooltips="1" connect="1" arrows="1" fold="1" page="1" pageScale="1" pageWidth="1500" pageHeight="900" math="0" shadow="0">
      <root>
        <mxCell id="0" />
        <mxCell id="1" parent="0" />
        <mxCell id="t08" value="风险路线与备选技术：高风险不改写为通过" style="text;html=1;fontSize=24;fontStyle=1;align=center;verticalAlign=middle;strokeColor=none;fillColor=none;" vertex="1" parent="1">
          <mxGeometry x="40" y="20" width="1420" height="42" as="geometry" />
        </mxCell>
        <mxCell id="r8a" value="A 登录态 Chrome CDP&#xa;适用：路线 B 出错后，用户主动提供 NAVIA_CDP_URL，扩展已加载&#xa;优点：最接近真实登录态，适合作为复验路线&#xa;缺点：需人工配合，不能接管主 profile&#xa;允许：logged-in validation，仅限覆盖页面" style="rounded=1;whiteSpace=wrap;html=1;fontSize=13;spacing=8;arcSize=8;fillColor=#dbeafe;strokeColor=#1d4ed8;fontStyle=1;" vertex="1" parent="1">
          <mxGeometry x="60" y="100" width="330" height="135" as="geometry" />
        </mxCell>
        <mxCell id="r8b" value="B 首选 专用测试 profile / cookie 注入&#xa;适用：隔离 profile 可加载扩展，cookie 有效&#xa;优点：可重复，不污染主 profile&#xa;降级条件：专用 profile 或依赖缺失时转路线 A / C&#xa;允许：cookie-injected / dedicated-profile validation" style="rounded=1;whiteSpace=wrap;html=1;fontSize=13;spacing=8;arcSize=8;fillColor=#d5f5e3;strokeColor=#2e7d32;fontStyle=1;" vertex="1" parent="1">
          <mxGeometry x="420" y="100" width="330" height="135" as="geometry" />
        </mxCell>
        <mxCell id="r8c" value="C public no-login headless&#xa;适用：登录态不可用但公开页面可访问&#xa;优点：低打扰、可静音、自动化稳定&#xa;缺点：不能证明登录态体验&#xa;允许：public no-login evidence" style="rounded=1;whiteSpace=wrap;html=1;fontSize=13;spacing=8;arcSize=8;fillColor=#dbeafe;strokeColor=#1d4ed8;fontStyle=1;" vertex="1" parent="1">
          <mxGeometry x="780" y="100" width="300" height="135" as="geometry" />
        </mxCell>
        <mxCell id="r8d" value="D blocker + 人工截图补位&#xa;适用：A/B/C 均不可用或证据不可信&#xa;优点：不做虚假验收&#xa;缺点：不能自动化出门&#xa;允许：blocked / manual review required" style="rounded=1;whiteSpace=wrap;html=1;fontSize=13;spacing=8;arcSize=8;fillColor=#ffd6d6;strokeColor=#c62828;fontStyle=1;" vertex="1" parent="1">
          <mxGeometry x="1110" y="100" width="330" height="135" as="geometry" />
        </mxCell>
        <mxCell id="r8e1" value="失败或不可用" style="edgeStyle=orthogonalEdgeStyle;rounded=0;orthogonalLoop=1;jettySize=auto;html=1;endArrow=block;strokeWidth=2;strokeColor=#475569;" edge="1" parent="1" source="r8a" target="r8b">
          <mxGeometry relative="1" as="geometry" />
        </mxCell>
        <mxCell id="r8e2" value="失败或不可用" style="edgeStyle=orthogonalEdgeStyle;rounded=0;orthogonalLoop=1;jettySize=auto;html=1;endArrow=block;strokeWidth=2;strokeColor=#475569;" edge="1" parent="1" source="r8b" target="r8c">
          <mxGeometry relative="1" as="geometry" />
        </mxCell>
        <mxCell id="r8e3" value="失败或不可用" style="edgeStyle=orthogonalEdgeStyle;rounded=0;orthogonalLoop=1;jettySize=auto;html=1;endArrow=block;strokeWidth=2;strokeColor=#475569;" edge="1" parent="1" source="r8c" target="r8d">
          <mxGeometry relative="1" as="geometry" />
        </mxCell>
        <mxCell id="risk1" value="小红书首页风险&#xa;虚拟列表 / 风控 / feed 文本拼接可能导致 source_not_found_in_dom&#xa;目标：feed card sourceRef + card/href/textQuote 多线索定位&#xa;No-Go：fresh validation fallback-only 不能 pass" style="rounded=1;whiteSpace=wrap;html=1;fontSize=13;spacing=8;arcSize=8;fillColor=#fff3bf;strokeColor=#b7791f;fontStyle=1;" vertex="1" parent="1">
          <mxGeometry x="80" y="310" width="390" height="130" as="geometry" />
        </mxCell>
        <mxCell id="risk2" value="观察者详情页风险&#xa;正文、评论、推荐、最新视频、侧栏混排&#xa;目标：article title / author / time / body 提权&#xa;No-Go：反跳到评论或推荐不能 pass" style="rounded=1;whiteSpace=wrap;html=1;fontSize=13;spacing=8;arcSize=8;fillColor=#fff3bf;strokeColor=#b7791f;fontStyle=1;" vertex="1" parent="1">
          <mxGeometry x="540" y="310" width="390" height="130" as="geometry" />
        </mxCell>
        <mxCell id="risk3" value="B站详情页风险&#xa;登录态、播放页噪声、推荐区、活动横幅、弹幕设置&#xa;目标：标题、简介、UP主、发布信息、播放/弹幕进入主节点&#xa;No-Go：public no-login 冒充 logged-in" style="rounded=1;whiteSpace=wrap;html=1;fontSize=13;spacing=8;arcSize=8;fillColor=#fff3bf;strokeColor=#b7791f;fontStyle=1;" vertex="1" parent="1">
          <mxGeometry x="1000" y="310" width="390" height="130" as="geometry" />
        </mxCell>
        <mxCell id="risk4" value="E2E false-green 风险&#xa;自动化选择更易定位 source card，可能掩盖产品 UI 排序问题&#xa;要求：记录 selectedSourceCardIndex、reason、候选卡片和 UI 排序&#xa;No-Go：无选择原因却声明通过" style="rounded=1;whiteSpace=wrap;html=1;fontSize=13;spacing=8;arcSize=8;fillColor=#ffd6d6;strokeColor=#c62828;fontStyle=1;" vertex="1" parent="1">
          <mxGeometry x="80" y="500" width="390" height="130" as="geometry" />
        </mxCell>
        <mxCell id="risk5" value="Mindmap / Reading Map 视觉风险&#xa;窄屏下文本虚影、节点重叠、卡片截断、输入框遮挡&#xa;要求：真实截图证明可读性&#xa;No-Go：只用 build / unit test 替代视觉验收" style="rounded=1;whiteSpace=wrap;html=1;fontSize=13;spacing=8;arcSize=8;fillColor=#fff3bf;strokeColor=#b7791f;fontStyle=1;" vertex="1" parent="1">
          <mxGeometry x="540" y="500" width="390" height="130" as="geometry" />
        </mxCell>
-         <mxCell id="risk6" value="出门判断&#xa;当前 real-site 6/6 pass、0 degraded、0 blocked，mainline closeout 为 automated candidate pass&#xa;V1-HR/CC 只支撑人工核查准备，不支撑完整 V1 complete&#xa;cookie-injected 证据不得冒充完整 logged-in 全站质量&#xa;人工 review 仍 pending" style="rounded=1;whiteSpace=wrap;html=1;fontSize=13;spacing=8;arcSize=8;fillColor=#fff2cc;strokeColor=#b38f00;fontStyle=1;" vertex="1" parent="1">
+         <mxCell id="risk6" value="出门判断&#xa;基础 MVP 已人工确认 OK，但反跳识别失败和 Mindmap 不准确仍是已知问题&#xa;V1-MVP-QH 只支撑 scoped quality hardening，不支撑完整 V1 complete&#xa;cookie-injected 证据不得冒充完整 logged-in 全站质量&#xa;fallback / blocked 不得伪装 highlighted" style="rounded=1;whiteSpace=wrap;html=1;fontSize=13;spacing=8;arcSize=8;fillColor=#fff2cc;strokeColor=#b38f00;fontStyle=1;" vertex="1" parent="1">
          <mxGeometry x="1000" y="500" width="390" height="130" as="geometry" />
        </mxCell>
-         <mxCell id="risk7" value="文档审查结论&#xa;当前文档足以指导 V1-HR/CC 人工产品核查准备阶段。&#xa;本阶段不进入产品代码实现。&#xa;后续人工体验或 fresh validation 若失败，必须保留 degraded / blocked，不得过度承诺。" style="rounded=1;whiteSpace=wrap;html=1;fontSize=14;spacing=8;arcSize=8;fillColor=#f8fafc;strokeColor=#64748b;fontStyle=1;" vertex="1" parent="1">
+         <mxCell id="risk7" value="文档审查结论&#xa;当前文档足以指导 V1-MVP-QH 质量硬化阶段。&#xa;开发前必须先闭环 QH-0 文档审计。&#xa;后续 fresh validation 若失败，必须保留 degraded / blocked，不得过度承诺。" style="rounded=1;whiteSpace=wrap;html=1;fontSize=14;spacing=8;arcSize=8;fillColor=#f8fafc;strokeColor=#64748b;fontStyle=1;" vertex="1" parent="1">
          <mxGeometry x="270" y="700" width="960" height="95" as="geometry" />
        </mxCell>
      </root>
    </mxGraphModel>
  </diagram>
</mxfile>
